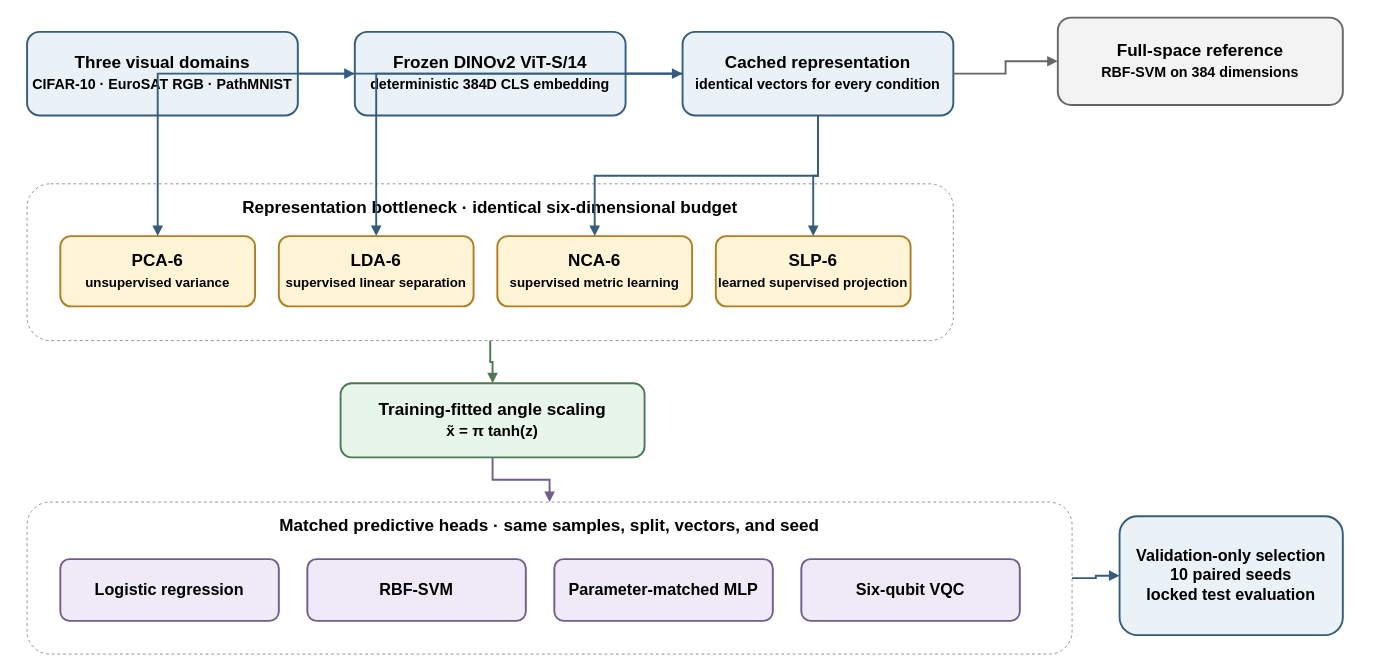
Before: results/figures/figure_01_pipeline.drawio in haejoon06/disentangling-representation-compression-quantum-head-effects, a draw.io diagram. Source tidied: cells renumbered, new cells numbered last; positions are measured from the earlier drawing's top-left corner, leaving out a move shared by most shapes. Both pictures are drawn from the tidied source at 95%, with x=0, y=0 at pixel (27, 17).
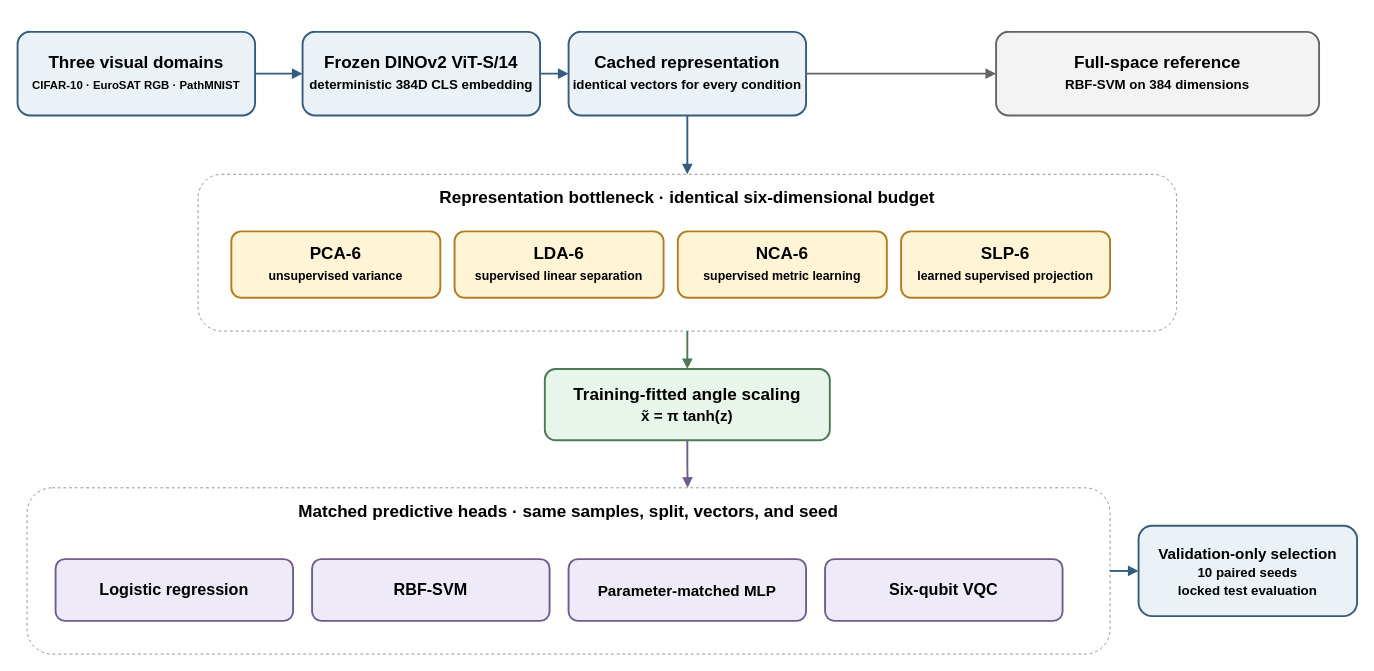
After the change.

Diff of the diagram source:
```diff
@@
-    <mxCell id="2" value="Three visual domains&lt;br&gt;&lt;font style=&quot;font-size: 15px;&quot;&gt;CIFAR-10 · EuroSAT RGB · PathMNIST&lt;/font&gt;" style="rounded=1;whiteSpace=wrap;html=1;fillColor=#EAF2F8;strokeColor=#355C7D;strokeWidth=2;fontFamily=Arial;fontSize=18;fontStyle=1;" parent="1" vertex="1">
-      <mxGeometry y="15" width="285" height="88" as="geometry" />
+    <mxCell id="2" value="Three visual domains&lt;br&gt;&lt;font style=&quot;font-size: 12px;&quot;&gt;CIFAR-10 · EuroSAT RGB · PathMNIST&lt;/font&gt;" style="rounded=1;whiteSpace=wrap;html=1;fillColor=#EAF2F8;strokeColor=#355C7D;strokeWidth=2;fontFamily=Arial;fontSize=18;fontStyle=1;" parent="1" vertex="1">
+      <mxGeometry x="-10" y="15" width="250" height="88" as="geometry" />
     </mxCell>
-    <mxCell id="3" value="Frozen DINOv2 ViT-S/14&lt;br&gt;&lt;font style=&quot;font-size: 15px;&quot;&gt;deterministic 384D CLS embedding&lt;/font&gt;" style="rounded=1;whiteSpace=wrap;html=1;fillColor=#EAF2F8;strokeColor=#355C7D;strokeWidth=2;fontFamily=Arial;fontSize=18;fontStyle=1;" parent="1" vertex="1">
-      <mxGeometry x="345" y="15" width="285" height="88" as="geometry" />
+    <mxCell id="3" value="Frozen DINOv2 ViT-S/14&lt;br&gt;&lt;font style=&quot;font-size: 14px;&quot;&gt;deterministic 384D CLS embedding&lt;/font&gt;" style="rounded=1;whiteSpace=wrap;html=1;fillColor=#EAF2F8;strokeColor=#355C7D;strokeWidth=2;fontFamily=Arial;fontSize=18;fontStyle=1;" parent="1" vertex="1">
+      <mxGeometry x="290" y="15" width="250" height="88" as="geometry" />
     </mxCell>
-    <mxCell id="4" value="Cached representation&lt;br&gt;&lt;font style=&quot;font-size: 15px;&quot;&gt;identical vectors for every condition&lt;/font&gt;" style="rounded=1;whiteSpace=wrap;html=1;fillColor=#EAF2F8;strokeColor=#355C7D;strokeWidth=2;fontFamily=Arial;fontSize=18;fontStyle=1;" parent="1" vertex="1">
-      <mxGeometry x="690" y="15" width="285" height="88" as="geometry" />
+    <mxCell id="4" value="Cached representation&lt;br&gt;&lt;font style=&quot;font-size: 14px;&quot;&gt;identical vectors for every condition&lt;/font&gt;" style="rounded=1;whiteSpace=wrap;html=1;fillColor=#EAF2F8;strokeColor=#355C7D;strokeWidth=2;fontFamily=Arial;fontSize=18;fontStyle=1;" parent="1" vertex="1">
+      <mxGeometry x="570" y="15" width="250" height="88" as="geometry" />
     </mxCell>
-    <mxCell id="5" value="Full-space reference&lt;br&gt;&lt;font style=&quot;font-size: 15px;&quot;&gt;RBF-SVM on 384 dimensions&lt;/font&gt;" style="rounded=1;whiteSpace=wrap;html=1;fillColor=#F3F3F3;strokeColor=#666666;strokeWidth=2;fontFamily=Arial;fontSize=18;fontStyle=1;" parent="1" vertex="1">
-      <mxGeometry x="1085" width="300" height="92" as="geometry" />
+    <mxCell id="5" value="Full-space reference&lt;br&gt;&lt;font style=&quot;font-size: 14px;&quot;&gt;RBF-SVM on 384 dimensions&lt;/font&gt;" style="rounded=1;whiteSpace=wrap;html=1;fillColor=#F3F3F3;strokeColor=#666666;strokeWidth=2;fontFamily=Arial;fontSize=18;fontStyle=1;" parent="1" vertex="1">
+      <mxGeometry x="1020" y="15" width="340" height="88" as="geometry" />
     </mxCell>
     <mxCell id="6" value="Representation bottleneck · identical six-dimensional budget" style="rounded=1;whiteSpace=wrap;html=1;fillColor=none;strokeColor=#909090;strokeWidth=1;dashed=1;verticalAlign=top;spacingTop=8;fontFamily=Arial;fontSize=18;fontStyle=1;" parent="1" vertex="1">
-      <mxGeometry y="175" width="975" height="165" as="geometry" />
+      <mxGeometry x="180" y="165" width="1030" height="165" as="geometry" />
     </mxCell>
-    <mxCell id="7" value="PCA-6&lt;br&gt;&lt;font style=&quot;font-size: 14px;&quot;&gt;unsupervised variance&lt;/font&gt;" style="rounded=1;whiteSpace=wrap;html=1;fillColor=#FFF4D6;strokeColor=#B07D21;strokeWidth=2;fontFamily=Arial;fontSize=18;fontStyle=1;" parent="1" vertex="1">
-      <mxGeometry x="35" y="230" width="205" height="74" as="geometry" />
+    <mxCell id="7" value="PCA-6&lt;br&gt;&lt;font style=&quot;font-size: 13px;&quot;&gt;unsupervised variance&lt;/font&gt;" style="rounded=1;whiteSpace=wrap;html=1;fillColor=#FFF4D6;strokeColor=#B07D21;strokeWidth=2;fontFamily=Arial;fontSize=18;fontStyle=1;" parent="1" vertex="1">
+      <mxGeometry x="215" y="225" width="220" height="70" as="geometry" />
     </mxCell>
-    <mxCell id="8" value="LDA-6&lt;br&gt;&lt;font style=&quot;font-size: 14px;&quot;&gt;supervised linear separation&lt;/font&gt;" style="rounded=1;whiteSpace=wrap;html=1;fillColor=#FFF4D6;strokeColor=#B07D21;strokeWidth=2;fontFamily=Arial;fontSize=18;fontStyle=1;" parent="1" vertex="1">
-      <mxGeometry x="265" y="230" width="205" height="74" as="geometry" />
+    <mxCell id="8" value="LDA-6&lt;br&gt;&lt;font style=&quot;font-size: 13px;&quot;&gt;supervised linear separation&lt;/font&gt;" style="rounded=1;whiteSpace=wrap;html=1;fillColor=#FFF4D6;strokeColor=#B07D21;strokeWidth=2;fontFamily=Arial;fontSize=18;fontStyle=1;" parent="1" vertex="1">
+      <mxGeometry x="450" y="225" width="220" height="70" as="geometry" />
     </mxCell>
-    <mxCell id="9" value="NCA-6&lt;br&gt;&lt;font style=&quot;font-size: 14px;&quot;&gt;supervised metric learning&lt;/font&gt;" style="rounded=1;whiteSpace=wrap;html=1;fillColor=#FFF4D6;strokeColor=#B07D21;strokeWidth=2;fontFamily=Arial;fontSize=18;fontStyle=1;" parent="1" vertex="1">
-      <mxGeometry x="495" y="230" width="205" height="74" as="geometry" />
+    <mxCell id="9" value="NCA-6&lt;br&gt;&lt;font style=&quot;font-size: 13px;&quot;&gt;supervised metric learning&lt;/font&gt;" style="rounded=1;whiteSpace=wrap;html=1;fillColor=#FFF4D6;strokeColor=#B07D21;strokeWidth=2;fontFamily=Arial;fontSize=18;fontStyle=1;" parent="1" vertex="1">
+      <mxGeometry x="685" y="225" width="220" height="70" as="geometry" />
     </mxCell>
-    <mxCell id="10" value="SLP-6&lt;br&gt;&lt;font style=&quot;font-size: 14px;&quot;&gt;learned supervised projection&lt;/font&gt;" style="rounded=1;whiteSpace=wrap;html=1;fillColor=#FFF4D6;strokeColor=#B07D21;strokeWidth=2;fontFamily=Arial;fontSize=18;fontStyle=1;" parent="1" vertex="1">
-      <mxGeometry x="725" y="230" width="205" height="74" as="geometry" />
+    <mxCell id="10" value="SLP-6&lt;br&gt;&lt;font style=&quot;font-size: 13px;&quot;&gt;learned supervised projection&lt;/font&gt;" style="rounded=1;whiteSpace=wrap;html=1;fillColor=#FFF4D6;strokeColor=#B07D21;strokeWidth=2;fontFamily=Arial;fontSize=18;fontStyle=1;" parent="1" vertex="1">
+      <mxGeometry x="920" y="225" width="220" height="70" as="geometry" />
     </mxCell>
     <mxCell id="11" value="Training-fitted angle scaling&lt;br&gt;&lt;font style=&quot;font-size: 16px;&quot;&gt;x̃ = π tanh(z)&lt;/font&gt;" style="rounded=1;whiteSpace=wrap;html=1;fillColor=#E8F5EA;strokeColor=#4D7A54;strokeWidth=2;fontFamily=Arial;fontSize=18;fontStyle=1;" parent="1" vertex="1">
-      <mxGeometry x="330" y="385" width="320" height="78" as="geometry" />
+      <mxGeometry x="545" y="370" width="300" height="75" as="geometry" />
     </mxCell>
     <mxCell id="12" value="Matched predictive heads · same samples, split, vectors, and seed" style="rounded=1;whiteSpace=wrap;html=1;fillColor=none;strokeColor=#909090;strokeWidth=1;dashed=1;verticalAlign=top;spacingTop=8;fontFamily=Arial;fontSize=18;fontStyle=1;" parent="1" vertex="1">
-      <mxGeometry y="510" width="1100" height="160" as="geometry" />
+      <mxGeometry y="495" width="1140" height="175" as="geometry" />
     </mxCell>
     <mxCell id="13" value="Logistic regression" style="rounded=1;whiteSpace=wrap;html=1;fillColor=#EEEAF7;strokeColor=#705D8E;strokeWidth=2;fontFamily=Arial;fontSize=17;fontStyle=1;" parent="1" vertex="1">
-      <mxGeometry x="35" y="570" width="230" height="65" as="geometry" />
+      <mxGeometry x="30" y="570" width="250" height="65" as="geometry" />
     </mxCell>
     <mxCell id="14" value="RBF-SVM" style="rounded=1;whiteSpace=wrap;html=1;fillColor=#EEEAF7;strokeColor=#705D8E;strokeWidth=2;fontFamily=Arial;fontSize=17;fontStyle=1;" parent="1" vertex="1">
-      <mxGeometry x="295" y="570" width="230" height="65" as="geometry" />
+      <mxGeometry x="300" y="570" width="250" height="65" as="geometry" />
     </mxCell>
-    <mxCell id="15" value="Parameter-matched MLP" style="rounded=1;whiteSpace=wrap;html=1;fillColor=#EEEAF7;strokeColor=#705D8E;strokeWidth=2;fontFamily=Arial;fontSize=17;fontStyle=1;" parent="1" vertex="1">
-      <mxGeometry x="555" y="570" width="230" height="65" as="geometry" />
+    <mxCell id="15" value="Parameter-matched MLP" style="rounded=1;whiteSpace=wrap;html=1;fillColor=#EEEAF7;strokeColor=#705D8E;strokeWidth=2;fontFamily=Arial;fontSize=16;fontStyle=1;" parent="1" vertex="1">
+      <mxGeometry x="570" y="570" width="250" height="65" as="geometry" />
     </mxCell>
     <mxCell id="16" value="Six-qubit VQC" style="rounded=1;whiteSpace=wrap;html=1;fillColor=#EEEAF7;strokeColor=#705D8E;strokeWidth=2;fontFamily=Arial;fontSize=17;fontStyle=1;" parent="1" vertex="1">
-      <mxGeometry x="815" y="570" width="230" height="65" as="geometry" />
+      <mxGeometry x="840" y="570" width="250" height="65" as="geometry" />
     </mxCell>
-    <mxCell id="17" value="Validation-only selection&lt;br&gt;10 paired seeds&lt;br&gt;locked test evaluation" style="rounded=1;whiteSpace=wrap;html=1;fillColor=#EAF2F8;strokeColor=#355C7D;strokeWidth=2;fontFamily=Arial;fontSize=17;fontStyle=1;" parent="1" vertex="1">
-      <mxGeometry x="1150" y="525" width="235" height="125" as="geometry" />
+    <mxCell id="17" value="Validation-only selection&lt;br&gt;&lt;font style=&quot;font-size: 14px;&quot;&gt;10 paired seeds&lt;/font&gt;&lt;br&gt;&lt;font style=&quot;font-size: 14px;&quot;&gt;locked test evaluation&lt;/font&gt;" style="rounded=1;whiteSpace=wrap;html=1;fillColor=#EAF2F8;strokeColor=#355C7D;strokeWidth=2;fontFamily=Arial;fontSize=16;fontStyle=1;" parent="1" vertex="1">
+      <mxGeometry x="1170" y="535" width="230" height="95" as="geometry" />
     </mxCell>
@@
-    <mxCell id="21" style="edgeStyle=orthogonalEdgeStyle;rounded=0;jettySize=auto;html=1;endArrow=block;endFill=1;strokeColor=#355C7D;strokeWidth=2;" parent="1" edge="1" source="4" target="7">
+    <mxCell id="21" style="edgeStyle=orthogonalEdgeStyle;rounded=0;jettySize=auto;html=1;endArrow=block;endFill=1;strokeColor=#355C7D;strokeWidth=2;exitX=0.5;exitY=1;entryX=0.5;entryY=0;" parent="1" edge="1" source="4" target="6">
       <mxGeometry relative="1" as="geometry" />
     </mxCell>
-    <mxCell id="22" style="edgeStyle=orthogonalEdgeStyle;rounded=0;jettySize=auto;html=1;endArrow=block;endFill=1;strokeColor=#355C7D;strokeWidth=2;" parent="1" edge="1" source="4" target="8">
-      <mxGeometry relative="1" as="geometry" />
-    </mxCell>
-    <mxCell id="23" style="edgeStyle=orthogonalEdgeStyle;rounded=0;jettySize=auto;html=1;endArrow=block;endFill=1;strokeColor=#355C7D;strokeWidth=2;" parent="1" edge="1" source="4" target="9">
-      <mxGeometry relative="1" as="geometry" />
-    </mxCell>
-    <mxCell id="24" style="edgeStyle=orthogonalEdgeStyle;rounded=0;jettySize=auto;html=1;endArrow=block;endFill=1;strokeColor=#355C7D;strokeWidth=2;" parent="1" edge="1" source="4" target="10">
-      <mxGeometry relative="1" as="geometry" />
-    </mxCell>
@@
-    <mxCell id="26" style="edgeStyle=orthogonalEdgeStyle;rounded=0;jettySize=auto;html=1;endArrow=block;endFill=1;strokeColor=#705D8E;strokeWidth=2;" parent="1" edge="1" source="11" target="12">
+    <mxCell id="26" style="edgeStyle=orthogonalEdgeStyle;rounded=0;jettySize=auto;html=1;endArrow=block;endFill=1;strokeColor=#705D8E;strokeWidth=2;exitX=0.5;exitY=1;entryX=0.61;entryY=0;" parent="1" edge="1" source="11" target="12">
       <mxGeometry relative="1" as="geometry" />
     </mxCell>
-    <mxCell id="27" style="edgeStyle=orthogonalEdgeStyle;rounded=0;jettySize=auto;html=1;endArrow=block;endFill=1;strokeColor=#355C7D;strokeWidth=2;" parent="1" edge="1" source="12" target="17">
+    <mxCell id="27" style="edgeStyle=orthogonalEdgeStyle;rounded=0;jettySize=auto;html=1;endArrow=block;endFill=1;strokeColor=#355C7D;strokeWidth=2;exitX=1;exitY=0.5;entryX=0;entryY=0.5;" parent="1" edge="1" source="12" target="17">
       <mxGeometry relative="1" as="geometry" />
     </mxCell>
```
